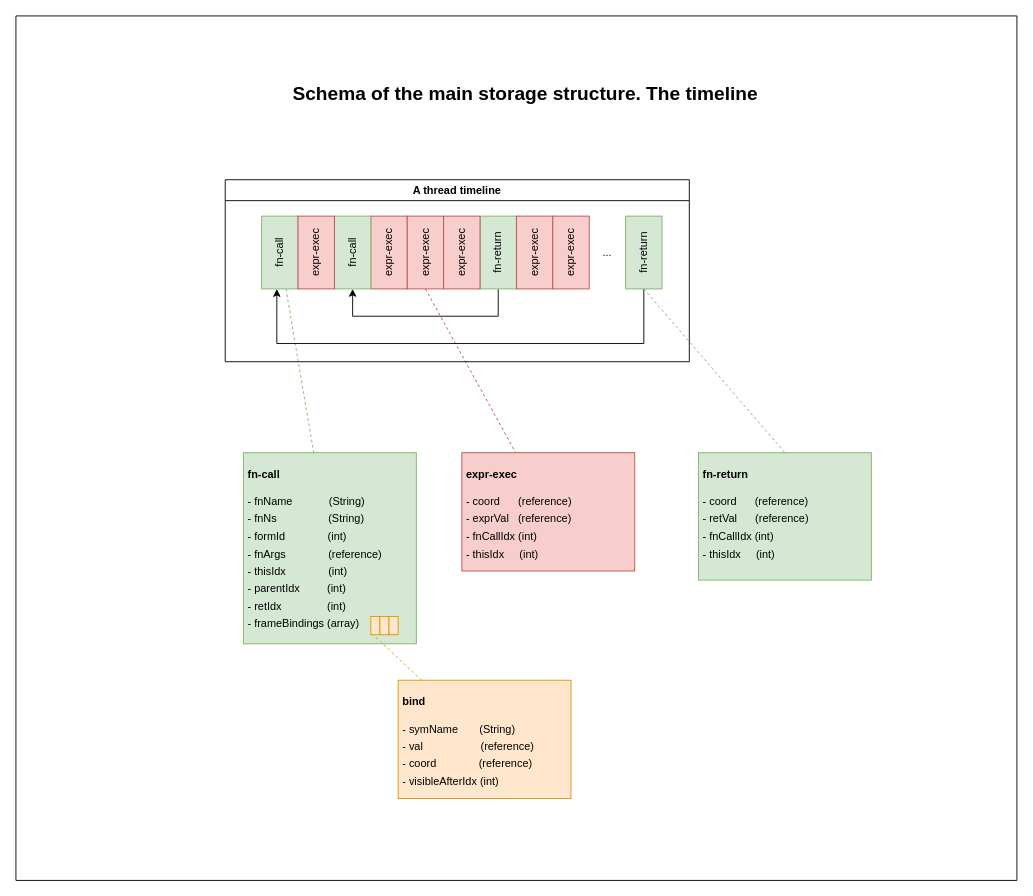
This is docs/timeline.drawio from flow-storm/flow-storm-debugger, a draw.io file, before an edit. Source tidied: cells renumbered, new cells numbered last; positions are measured from the earlier drawing's top-left corner, leaving out a move shared by most shapes. Both pictures are drawn from the tidied source at 91%, with x=0, y=0 at pixel (15, 15).
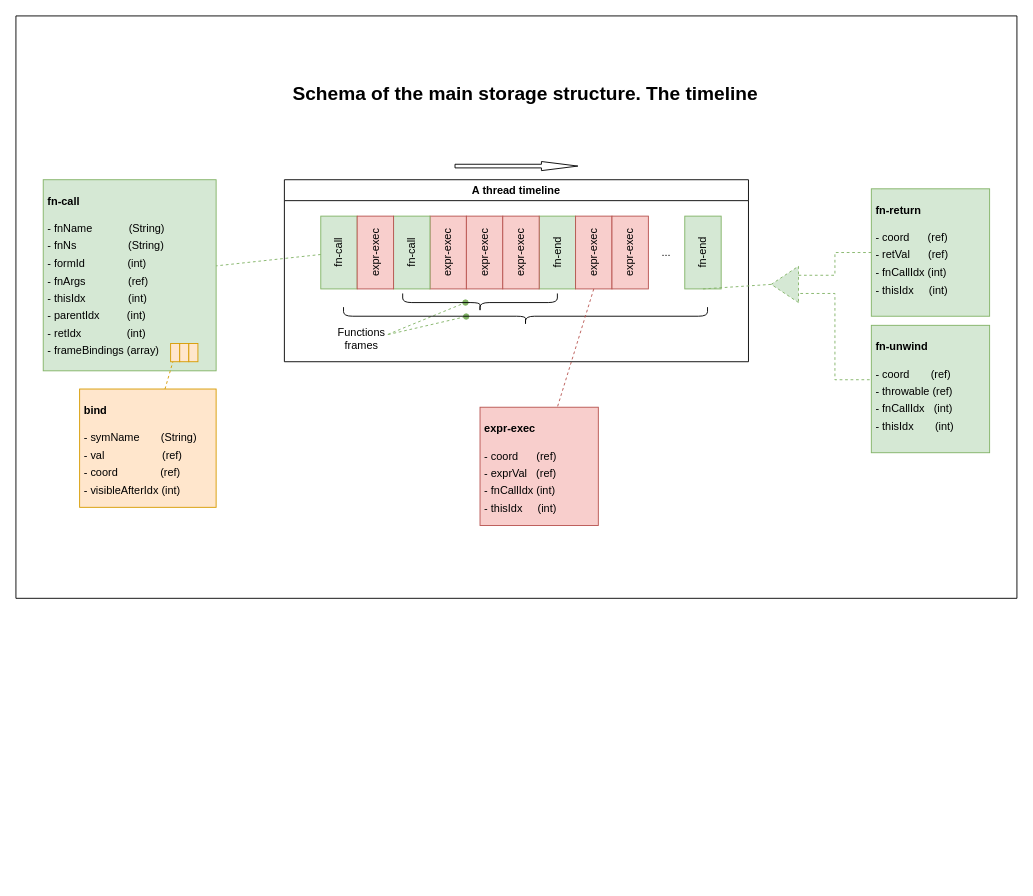
After the change.

Unchanged cells that the change refers to:
```xml
<mxCell id="25" style="rounded=0;whiteSpace=wrap;html=1;fillColor=#ffe6cc;strokeColor=#d79b00;" parent="24" vertex="1">
  <mxGeometry width="10" height="20" as="geometry" />
</mxCell>
```

Change to the diagram source:
```diff
@@
-    <mxCell id="2" style="rounded=0;jettySize=auto;html=1;fillColor=#d5e8d4;strokeColor=#82b366;dashed=1;endArrow=none;endFill=0;" parent="1" edge="1" source="3" target="19">
-      <mxGeometry relative="1" as="geometry" />
-    </mxCell>
+    <mxCell id="28" value="&lt;font style=&quot;font-size: 21px;&quot;&gt;&lt;b&gt;Schema of the main storage structure. The timeline&lt;/b&gt;&lt;/font&gt;" style="text;html=1;strokeColor=none;fillColor=none;align=center;verticalAlign=middle;whiteSpace=wrap;rounded=0;" parent="1" vertex="1">
+      <mxGeometry x="300" y="70" width="520" height="30" as="geometry" />
+    </mxCell>
+    <mxCell id="29" style="swimlane;startSize=0;" parent="1" vertex="1">
+      <mxGeometry width="1100" height="640" as="geometry" />
+    </mxCell>
+    <mxCell id="30" style="triangle;whiteSpace=wrap;html=1;rotation=-180;dashed=1;fillColor=#d5e8d4;strokeColor=#82b366;" parent="29" vertex="1">
+      <mxGeometry x="830" y="275" width="30" height="40" as="geometry" />
+    </mxCell>
+    <mxCell id="31" style="edgeStyle=orthogonalEdgeStyle;rounded=0;jettySize=auto;html=1;exitX=0;exitY=0.5;exitDx=0;exitDy=0;entryX=0;entryY=0.75;entryDx=0;entryDy=0;dashed=1;fillColor=#d5e8d4;strokeColor=#82b366;endArrow=none;endFill=0;" parent="29" edge="1" source="20" target="30">
+      <mxGeometry relative="1" as="geometry" />
+    </mxCell>
+    <mxCell id="20" value="&lt;h1&gt;&lt;font style=&quot;font-size: 12px;&quot;&gt;fn-return&lt;/font&gt;&lt;/h1&gt;&lt;p style=&quot;line-height: 60%;&quot;&gt;- coord&amp;nbsp; &amp;nbsp; &amp;nbsp; (ref)&lt;/p&gt;&lt;p style=&quot;line-height: 60%;&quot;&gt;- retVal&amp;nbsp; &amp;nbsp; &amp;nbsp; (ref)&lt;/p&gt;&lt;p style=&quot;line-height: 60%;&quot;&gt;- fnCallIdx (int)&lt;/p&gt;&lt;p style=&quot;line-height: 60%;&quot;&gt;- thisIdx&amp;nbsp; &amp;nbsp; &amp;nbsp;(int)&lt;/p&gt;" style="text;html=1;strokeColor=#82b366;fillColor=#d5e8d4;spacing=5;spacingTop=-20;whiteSpace=wrap;overflow=hidden;rounded=0;" parent="29" vertex="1">
+      <mxGeometry x="940" y="190" width="130" height="140" as="geometry" />
+    </mxCell>
+    <mxCell id="32" style="edgeStyle=orthogonalEdgeStyle;rounded=0;jettySize=auto;html=1;exitX=-0.014;exitY=0.427;exitDx=0;exitDy=0;entryX=0;entryY=0.25;entryDx=0;entryDy=0;dashed=1;endArrow=none;endFill=0;fillColor=#d5e8d4;strokeColor=#82b366;exitPerimeter=0;" parent="29" edge="1" source="33" target="30">
+      <mxGeometry relative="1" as="geometry" />
+    </mxCell>
+    <mxCell id="33" value="&lt;h1&gt;&lt;font style=&quot;font-size: 12px;&quot;&gt;fn-unwind&lt;/font&gt;&lt;/h1&gt;&lt;p style=&quot;line-height: 60%;&quot;&gt;- coord&amp;nbsp; &amp;nbsp; &amp;nbsp; &amp;nbsp;(ref)&lt;/p&gt;&lt;p style=&quot;line-height: 60%;&quot;&gt;- throwable (ref)&lt;/p&gt;&lt;p style=&quot;line-height: 60%;&quot;&gt;- fnCallIdx&amp;nbsp; &amp;nbsp;(int)&lt;/p&gt;&lt;p style=&quot;line-height: 60%;&quot;&gt;- thisIdx&amp;nbsp; &amp;nbsp; &amp;nbsp; &amp;nbsp;(int)&lt;/p&gt;" style="text;html=1;strokeColor=#82b366;fillColor=#d5e8d4;spacing=5;spacingTop=-20;whiteSpace=wrap;overflow=hidden;rounded=0;" parent="29" vertex="1">
+      <mxGeometry x="940" y="340" width="130" height="140" as="geometry" />
+    </mxCell>
+    <mxCell id="34" style="rounded=0;jettySize=auto;html=1;exitX=0.978;exitY=0.333;exitDx=0;exitDy=0;entryX=0.5;entryY=0.594;entryDx=0;entryDy=0;entryPerimeter=0;endArrow=oval;endFill=1;exitPerimeter=0;dashed=1;fillColor=#d5e8d4;strokeColor=#82b366;" parent="29" edge="1" source="36" target="37">
+      <mxGeometry relative="1" as="geometry" />
+    </mxCell>
+    <mxCell id="35" style="rounded=0;jettySize=auto;html=1;exitX=0.984;exitY=0.338;exitDx=0;exitDy=0;entryX=0.483;entryY=0.663;entryDx=0;entryDy=0;entryPerimeter=0;endArrow=oval;endFill=1;exitPerimeter=0;fillColor=#d5e8d4;strokeColor=#82b366;dashed=1;" parent="29" edge="1" source="36" target="38">
+      <mxGeometry relative="1" as="geometry" />
+    </mxCell>
-    <mxCell id="3" value="&lt;p&gt;fn-call&lt;/p&gt;" style="rounded=0;whiteSpace=wrap;html=1;horizontal=0;fillColor=#d5e8d4;strokeColor=#82b366;" parent="1" vertex="1">
-      <mxGeometry x="270" y="220" width="40" height="80" as="geometry" />
+    <mxCell id="3" value="&lt;p&gt;fn-call&lt;/p&gt;" style="rounded=0;whiteSpace=wrap;html=1;horizontal=0;fillColor=#d5e8d4;strokeColor=#82b366;" parent="29" vertex="1">
+      <mxGeometry x="335" y="220" width="40" height="80" as="geometry" />
     </mxCell>
-    <mxCell id="4" style="edgeStyle=orthogonalEdgeStyle;rounded=0;jettySize=auto;html=1;exitX=0.5;exitY=1;exitDx=0;exitDy=0;entryX=0.5;entryY=1;entryDx=0;entryDy=0;" parent="1" edge="1" source="5" target="7">
-      <mxGeometry relative="1" as="geometry">
-        <Array as="points">
-          <mxPoint x="530" y="330" />
-          <mxPoint x="370" y="330" />
-        </Array>
-      </mxGeometry>
-    </mxCell>
-    <mxCell id="5" value="&lt;p&gt;fn-return&lt;/p&gt;" style="rounded=0;whiteSpace=wrap;html=1;horizontal=0;fillColor=#d5e8d4;strokeColor=#82b366;" parent="1" vertex="1">
-      <mxGeometry x="510" y="220" width="40" height="80" as="geometry" />
+    <mxCell id="5" value="&lt;p&gt;fn-end&lt;/p&gt;" style="rounded=0;whiteSpace=wrap;html=1;horizontal=0;fillColor=#d5e8d4;strokeColor=#82b366;" parent="29" vertex="1">
+      <mxGeometry x="575" y="220" width="40" height="80" as="geometry" />
     </mxCell>
-    <mxCell id="6" value="&lt;p&gt;expr-exec&lt;/p&gt;" style="rounded=0;whiteSpace=wrap;html=1;horizontal=0;fillColor=#f8cecc;strokeColor=#b85450;" parent="1" vertex="1">
-      <mxGeometry x="390" y="220" width="40" height="80" as="geometry" />
+    <mxCell id="6" value="&lt;p&gt;expr-exec&lt;/p&gt;" style="rounded=0;whiteSpace=wrap;html=1;horizontal=0;fillColor=#f8cecc;strokeColor=#b85450;" parent="29" vertex="1">
+      <mxGeometry x="455" y="220" width="40" height="80" as="geometry" />
     </mxCell>
-    <mxCell id="7" value="&lt;p&gt;fn-call&lt;/p&gt;" style="rounded=0;whiteSpace=wrap;html=1;horizontal=0;fillColor=#d5e8d4;strokeColor=#82b366;" parent="1" vertex="1">
-      <mxGeometry x="350" y="220" width="40" height="80" as="geometry" />
+    <mxCell id="7" value="&lt;p&gt;fn-call&lt;/p&gt;" style="rounded=0;whiteSpace=wrap;html=1;horizontal=0;fillColor=#d5e8d4;strokeColor=#82b366;" parent="29" vertex="1">
+      <mxGeometry x="415" y="220" width="40" height="80" as="geometry" />
     </mxCell>
-    <mxCell id="8" style="rounded=0;jettySize=auto;html=1;exitX=0.5;exitY=1;exitDx=0;exitDy=0;endArrow=none;endFill=0;dashed=1;fillColor=#f8cecc;strokeColor=#b85450;" parent="1" edge="1" source="9" target="21">
-      <mxGeometry relative="1" as="geometry" />
-    </mxCell>
-    <mxCell id="9" value="&lt;p&gt;expr-exec&lt;/p&gt;" style="rounded=0;whiteSpace=wrap;html=1;horizontal=0;fillColor=#f8cecc;strokeColor=#b85450;" parent="1" vertex="1">
-      <mxGeometry x="430" y="220" width="40" height="80" as="geometry" />
+    <mxCell id="9" value="&lt;p&gt;expr-exec&lt;/p&gt;" style="rounded=0;whiteSpace=wrap;html=1;horizontal=0;fillColor=#f8cecc;strokeColor=#b85450;" parent="29" vertex="1">
+      <mxGeometry x="495" y="220" width="40" height="80" as="geometry" />
     </mxCell>
-    <mxCell id="10" value="&lt;p&gt;expr-exec&lt;/p&gt;" style="rounded=0;whiteSpace=wrap;html=1;horizontal=0;fillColor=#f8cecc;strokeColor=#b85450;" parent="1" vertex="1">
-      <mxGeometry x="470" y="220" width="40" height="80" as="geometry" />
+    <mxCell id="10" value="&lt;p&gt;expr-exec&lt;/p&gt;" style="rounded=0;whiteSpace=wrap;html=1;horizontal=0;fillColor=#f8cecc;strokeColor=#b85450;" parent="29" vertex="1">
+      <mxGeometry x="535" y="220" width="40" height="80" as="geometry" />
     </mxCell>
-    <mxCell id="11" value="&lt;p&gt;expr-exec&lt;/p&gt;" style="rounded=0;whiteSpace=wrap;html=1;horizontal=0;fillColor=#f8cecc;strokeColor=#b85450;" parent="1" vertex="1">
-      <mxGeometry x="550" y="220" width="40" height="80" as="geometry" />
+    <mxCell id="11" value="&lt;p&gt;expr-exec&lt;/p&gt;" style="rounded=0;whiteSpace=wrap;html=1;horizontal=0;fillColor=#f8cecc;strokeColor=#b85450;" parent="29" vertex="1">
+      <mxGeometry x="615" y="220" width="40" height="80" as="geometry" />
     </mxCell>
-    <mxCell id="12" value="&lt;p&gt;expr-exec&lt;/p&gt;" style="rounded=0;whiteSpace=wrap;html=1;horizontal=0;fillColor=#f8cecc;strokeColor=#b85450;" parent="1" vertex="1">
-      <mxGeometry x="590" y="220" width="40" height="80" as="geometry" />
+    <mxCell id="12" value="&lt;p&gt;expr-exec&lt;/p&gt;" style="rounded=0;whiteSpace=wrap;html=1;horizontal=0;fillColor=#f8cecc;strokeColor=#b85450;" parent="29" vertex="1">
+      <mxGeometry x="655" y="220" width="40" height="80" as="geometry" />
     </mxCell>
-    <mxCell id="13" style="edgeStyle=orthogonalEdgeStyle;rounded=0;jettySize=auto;html=1;entryX=0.418;entryY=1.002;entryDx=0;entryDy=0;entryPerimeter=0;" parent="1" edge="1" source="15" target="3">
-      <mxGeometry relative="1" as="geometry">
-        <Array as="points">
-          <mxPoint x="690" y="360" />
-          <mxPoint x="287" y="360" />
-        </Array>
-      </mxGeometry>
-    </mxCell>
-    <mxCell id="14" style="rounded=0;jettySize=auto;html=1;entryX=0.5;entryY=0;entryDx=0;entryDy=0;endArrow=none;endFill=0;fillColor=#d5e8d4;strokeColor=#82b366;dashed=1;exitX=0.5;exitY=1;exitDx=0;exitDy=0;" parent="1" edge="1" source="15" target="20">
-      <mxGeometry relative="1" as="geometry" />
-    </mxCell>
-    <mxCell id="15" value="&lt;p&gt;fn-return&lt;/p&gt;" style="rounded=0;whiteSpace=wrap;html=1;horizontal=0;fillColor=#d5e8d4;strokeColor=#82b366;" parent="1" vertex="1">
-      <mxGeometry x="670" y="220" width="40" height="80" as="geometry" />
+    <mxCell id="15" value="&lt;p&gt;fn-end&lt;/p&gt;" style="rounded=0;whiteSpace=wrap;html=1;horizontal=0;fillColor=#d5e8d4;strokeColor=#82b366;" parent="29" vertex="1">
+      <mxGeometry x="735" y="220" width="40" height="80" as="geometry" />
     </mxCell>
-    <mxCell id="16" value="..." style="text;html=1;strokeColor=none;fillColor=none;align=center;verticalAlign=middle;whiteSpace=wrap;rounded=0;" parent="1" vertex="1">
-      <mxGeometry x="620" y="245" width="60" height="30" as="geometry" />
+    <mxCell id="16" value="..." style="text;html=1;strokeColor=none;fillColor=none;align=center;verticalAlign=middle;whiteSpace=wrap;rounded=0;" parent="29" vertex="1">
+      <mxGeometry x="685" y="245" width="60" height="30" as="geometry" />
     </mxCell>
-    <mxCell id="17" value="&lt;p&gt;expr-exec&lt;/p&gt;" style="rounded=0;whiteSpace=wrap;html=1;horizontal=0;fillColor=#f8cecc;strokeColor=#b85450;" parent="1" vertex="1">
-      <mxGeometry x="310" y="220" width="40" height="80" as="geometry" />
+    <mxCell id="17" value="&lt;p&gt;expr-exec&lt;/p&gt;" style="rounded=0;whiteSpace=wrap;html=1;horizontal=0;fillColor=#f8cecc;strokeColor=#b85450;" parent="29" vertex="1">
+      <mxGeometry x="375" y="220" width="40" height="80" as="geometry" />
     </mxCell>
-    <mxCell id="18" value="A thread timeline" style="swimlane;whiteSpace=wrap;html=1;" parent="1" vertex="1">
-      <mxGeometry x="230" y="180" width="510" height="200" as="geometry" />
+    <mxCell id="18" value="A thread timeline" style="swimlane;whiteSpace=wrap;html=1;" parent="29" vertex="1">
+      <mxGeometry x="295" y="180" width="510" height="200" as="geometry" />
     </mxCell>
+    <mxCell id="36" value="Functions frames" style="text;html=1;strokeColor=none;fillColor=none;align=center;verticalAlign=middle;whiteSpace=wrap;rounded=0;" parent="18" vertex="1">
+      <mxGeometry x="55" y="160" width="60" height="30" as="geometry" />
+    </mxCell>
+    <mxCell id="14" style="rounded=0;jettySize=auto;html=1;endArrow=none;endFill=0;fillColor=#d5e8d4;strokeColor=#82b366;dashed=1;exitX=0.5;exitY=1;exitDx=0;exitDy=0;entryX=1;entryY=0.5;entryDx=0;entryDy=0;" parent="29" edge="1" source="15" target="30">
+      <mxGeometry relative="1" as="geometry" />
+    </mxCell>
+    <mxCell id="37" style="shape=curlyBracket;whiteSpace=wrap;html=1;rounded=1;flipH=1;labelPosition=right;verticalLabelPosition=middle;align=left;verticalAlign=middle;rotation=90;" parent="29" vertex="1">
+      <mxGeometry x="500" y="230" width="20" height="170" as="geometry" />
+    </mxCell>
+    <mxCell id="38" style="shape=curlyBracket;whiteSpace=wrap;html=1;rounded=1;flipH=1;labelPosition=right;verticalLabelPosition=middle;align=left;verticalAlign=middle;rotation=90;" parent="29" vertex="1">
+      <mxGeometry x="550" y="130" width="20" height="400" as="geometry" />
+    </mxCell>
-    <mxCell id="19" value="&lt;h1&gt;&lt;font style=&quot;font-size: 12px;&quot;&gt;fn-call&amp;nbsp;&lt;/font&gt;&lt;/h1&gt;&lt;p style=&quot;line-height: 60%;&quot;&gt;- fnName&amp;nbsp; &amp;nbsp; &amp;nbsp; &amp;nbsp; &amp;nbsp; &amp;nbsp; (String)&lt;/p&gt;&lt;p style=&quot;line-height: 60%;&quot;&gt;- fnNs&amp;nbsp; &amp;nbsp; &amp;nbsp; &amp;nbsp; &amp;nbsp; &amp;nbsp; &amp;nbsp; &amp;nbsp; &amp;nbsp;(String)&lt;/p&gt;&lt;p style=&quot;line-height: 60%;&quot;&gt;- formId&amp;nbsp; &amp;nbsp; &amp;nbsp; &amp;nbsp; &amp;nbsp; &amp;nbsp; &amp;nbsp; (int)&lt;/p&gt;&lt;p style=&quot;line-height: 60%;&quot;&gt;- fnArgs&amp;nbsp; &amp;nbsp; &amp;nbsp; &amp;nbsp; &amp;nbsp; &amp;nbsp; &amp;nbsp; (reference)&lt;/p&gt;&lt;p style=&quot;line-height: 60%;&quot;&gt;&lt;span style=&quot;background-color: initial;&quot;&gt;- thisIdx&amp;nbsp; &amp;nbsp; &amp;nbsp; &amp;nbsp; &amp;nbsp; &amp;nbsp; &amp;nbsp; (int)&lt;/span&gt;&lt;br&gt;&lt;/p&gt;&lt;p style=&quot;line-height: 60%;&quot;&gt;- parentIdx&amp;nbsp; &amp;nbsp; &amp;nbsp; &amp;nbsp; &amp;nbsp;(int)&lt;/p&gt;&lt;p style=&quot;line-height: 60%;&quot;&gt;&lt;span style=&quot;background-color: initial;&quot;&gt;- retIdx&amp;nbsp; &amp;nbsp; &amp;nbsp; &amp;nbsp; &amp;nbsp; &amp;nbsp; &amp;nbsp; &amp;nbsp;(int)&lt;/span&gt;&lt;/p&gt;&lt;p style=&quot;line-height: 60%;&quot;&gt;- frameBindings (array)&lt;span style=&quot;background-color: initial;&quot;&gt;&lt;br&gt;&lt;/span&gt;&lt;/p&gt;" style="text;html=1;strokeColor=#82b366;fillColor=#d5e8d4;spacing=5;spacingTop=-20;whiteSpace=wrap;overflow=hidden;rounded=0;" parent="1" vertex="1">
-      <mxGeometry x="250" y="480" width="190" height="210" as="geometry" />
+    <mxCell id="19" value="&lt;h1&gt;&lt;font style=&quot;font-size: 12px;&quot;&gt;fn-call&amp;nbsp;&lt;/font&gt;&lt;/h1&gt;&lt;p style=&quot;line-height: 60%;&quot;&gt;- fnName&amp;nbsp; &amp;nbsp; &amp;nbsp; &amp;nbsp; &amp;nbsp; &amp;nbsp; (String)&lt;/p&gt;&lt;p style=&quot;line-height: 60%;&quot;&gt;- fnNs&amp;nbsp; &amp;nbsp; &amp;nbsp; &amp;nbsp; &amp;nbsp; &amp;nbsp; &amp;nbsp; &amp;nbsp; &amp;nbsp;(String)&lt;/p&gt;&lt;p style=&quot;line-height: 60%;&quot;&gt;- formId&amp;nbsp; &amp;nbsp; &amp;nbsp; &amp;nbsp; &amp;nbsp; &amp;nbsp; &amp;nbsp; (int)&lt;/p&gt;&lt;p style=&quot;line-height: 60%;&quot;&gt;- fnArgs&amp;nbsp; &amp;nbsp; &amp;nbsp; &amp;nbsp; &amp;nbsp; &amp;nbsp; &amp;nbsp; (ref)&lt;/p&gt;&lt;p style=&quot;line-height: 60%;&quot;&gt;&lt;span style=&quot;background-color: initial;&quot;&gt;- thisIdx&amp;nbsp; &amp;nbsp; &amp;nbsp; &amp;nbsp; &amp;nbsp; &amp;nbsp; &amp;nbsp; (int)&lt;/span&gt;&lt;br&gt;&lt;/p&gt;&lt;p style=&quot;line-height: 60%;&quot;&gt;- parentIdx&amp;nbsp; &amp;nbsp; &amp;nbsp; &amp;nbsp; &amp;nbsp;(int)&lt;/p&gt;&lt;p style=&quot;line-height: 60%;&quot;&gt;&lt;span style=&quot;background-color: initial;&quot;&gt;- retIdx&amp;nbsp; &amp;nbsp; &amp;nbsp; &amp;nbsp; &amp;nbsp; &amp;nbsp; &amp;nbsp; &amp;nbsp;(int)&lt;/span&gt;&lt;/p&gt;&lt;p style=&quot;line-height: 60%;&quot;&gt;- frameBindings (array)&lt;span style=&quot;background-color: initial;&quot;&gt;&lt;br&gt;&lt;/span&gt;&lt;/p&gt;" style="text;html=1;strokeColor=#82b366;fillColor=#d5e8d4;spacing=5;spacingTop=-20;whiteSpace=wrap;overflow=hidden;rounded=0;" parent="29" vertex="1">
+      <mxGeometry x="30" y="180" width="190" height="210" as="geometry" />
     </mxCell>
-    <mxCell id="20" value="&lt;h1&gt;&lt;font style=&quot;font-size: 12px;&quot;&gt;fn-return&lt;/font&gt;&lt;/h1&gt;&lt;p style=&quot;line-height: 60%;&quot;&gt;- coord&amp;nbsp; &amp;nbsp; &amp;nbsp; (reference)&lt;/p&gt;&lt;p style=&quot;line-height: 60%;&quot;&gt;- retVal&amp;nbsp; &amp;nbsp; &amp;nbsp; (reference)&lt;/p&gt;&lt;p style=&quot;line-height: 60%;&quot;&gt;- fnCallIdx (int)&lt;/p&gt;&lt;p style=&quot;line-height: 60%;&quot;&gt;- thisIdx&amp;nbsp; &amp;nbsp; &amp;nbsp;(int)&lt;/p&gt;" style="text;html=1;strokeColor=#82b366;fillColor=#d5e8d4;spacing=5;spacingTop=-20;whiteSpace=wrap;overflow=hidden;rounded=0;" parent="1" vertex="1">
-      <mxGeometry x="750" y="480" width="190" height="140" as="geometry" />
-    </mxCell>
-    <mxCell id="21" value="&lt;h1&gt;&lt;font style=&quot;font-size: 12px;&quot;&gt;expr-exec&amp;nbsp;&lt;/font&gt;&lt;/h1&gt;&lt;p style=&quot;line-height: 60%;&quot;&gt;- coord&amp;nbsp; &amp;nbsp; &amp;nbsp; (reference)&lt;/p&gt;&lt;p style=&quot;line-height: 60%;&quot;&gt;- exprVal&amp;nbsp; &amp;nbsp;(reference)&lt;/p&gt;&lt;p style=&quot;line-height: 60%;&quot;&gt;- fnCallIdx (int)&lt;/p&gt;&lt;p style=&quot;line-height: 60%;&quot;&gt;- thisIdx&amp;nbsp; &amp;nbsp; &amp;nbsp;(int)&lt;/p&gt;" style="text;html=1;strokeColor=#b85450;fillColor=#f8cecc;spacing=5;spacingTop=-20;whiteSpace=wrap;overflow=hidden;rounded=0;" parent="1" vertex="1">
-      <mxGeometry x="490" y="480" width="190" height="130" as="geometry" />
-    </mxCell>
-    <mxCell id="22" style="rounded=0;jettySize=auto;html=1;entryX=0.25;entryY=1;entryDx=0;entryDy=0;dashed=1;fillColor=#ffe6cc;strokeColor=#d79b00;endArrow=none;endFill=0;" parent="1" edge="1" source="23" target="25">
-      <mxGeometry relative="1" as="geometry" />
-    </mxCell>
-    <mxCell id="23" value="&lt;h1&gt;&lt;font style=&quot;font-size: 12px;&quot;&gt;bind&amp;nbsp;&lt;/font&gt;&lt;/h1&gt;&lt;p style=&quot;line-height: 60%;&quot;&gt;- symName&amp;nbsp; &amp;nbsp; &amp;nbsp; &amp;nbsp;(String)&lt;/p&gt;&lt;p style=&quot;line-height: 60%;&quot;&gt;- val&amp;nbsp; &amp;nbsp; &amp;nbsp; &amp;nbsp; &amp;nbsp; &amp;nbsp; &amp;nbsp; &amp;nbsp; &amp;nbsp; &amp;nbsp;(reference)&lt;/p&gt;&lt;p style=&quot;line-height: 60%;&quot;&gt;- coord&amp;nbsp; &amp;nbsp; &amp;nbsp; &amp;nbsp; &amp;nbsp; &amp;nbsp; &amp;nbsp; (reference)&lt;/p&gt;&lt;p style=&quot;line-height: 60%;&quot;&gt;- visibleAfterIdx (int)&lt;/p&gt;" style="text;html=1;strokeColor=#d79b00;fillColor=#ffe6cc;spacing=5;spacingTop=-20;whiteSpace=wrap;overflow=hidden;rounded=0;" parent="1" vertex="1">
-      <mxGeometry x="420" y="730" width="190" height="130" as="geometry" />
-    </mxCell>
+    <mxCell id="2" style="rounded=0;jettySize=auto;html=1;fillColor=#d5e8d4;strokeColor=#82b366;dashed=1;endArrow=none;endFill=0;" parent="29" edge="1" source="3" target="19">
+      <mxGeometry relative="1" as="geometry" />
+    </mxCell>
-    <mxCell id="24" style="group;" parent="1" vertex="1">
-      <mxGeometry x="390" y="660" width="30" height="20" as="geometry" />
+    <mxCell id="24" style="group;" parent="29" vertex="1">
+      <mxGeometry x="170" y="360" width="30" height="20" as="geometry" />
     </mxCell>
@@
-    <mxCell id="28" value="&lt;font style=&quot;font-size: 21px;&quot;&gt;&lt;b&gt;Schema of the main storage structure. The timeline&lt;/b&gt;&lt;/font&gt;" style="text;html=1;strokeColor=none;fillColor=none;align=center;verticalAlign=middle;whiteSpace=wrap;rounded=0;" parent="1" vertex="1">
-      <mxGeometry x="300" y="70" width="520" height="30" as="geometry" />
-    </mxCell>
-    <mxCell id="29" style="swimlane;startSize=0;" parent="1" vertex="1">
-      <mxGeometry width="1100" height="950" as="geometry" />
-    </mxCell>
+    <mxCell id="23" value="&lt;h1&gt;&lt;font style=&quot;font-size: 12px;&quot;&gt;bind&amp;nbsp;&lt;/font&gt;&lt;/h1&gt;&lt;p style=&quot;line-height: 60%;&quot;&gt;- symName&amp;nbsp; &amp;nbsp; &amp;nbsp; &amp;nbsp;(String)&lt;/p&gt;&lt;p style=&quot;line-height: 60%;&quot;&gt;- val&amp;nbsp; &amp;nbsp; &amp;nbsp; &amp;nbsp; &amp;nbsp; &amp;nbsp; &amp;nbsp; &amp;nbsp; &amp;nbsp; &amp;nbsp;(ref)&lt;/p&gt;&lt;p style=&quot;line-height: 60%;&quot;&gt;- coord&amp;nbsp; &amp;nbsp; &amp;nbsp; &amp;nbsp; &amp;nbsp; &amp;nbsp; &amp;nbsp; (ref)&lt;/p&gt;&lt;p style=&quot;line-height: 60%;&quot;&gt;- visibleAfterIdx (int)&lt;/p&gt;" style="text;html=1;strokeColor=#d79b00;fillColor=#ffe6cc;spacing=5;spacingTop=-20;whiteSpace=wrap;overflow=hidden;rounded=0;" parent="29" vertex="1">
+      <mxGeometry x="70" y="410" width="150" height="130" as="geometry" />
+    </mxCell>
+    <mxCell id="22" style="rounded=0;jettySize=auto;html=1;entryX=0.25;entryY=1;entryDx=0;entryDy=0;dashed=1;fillColor=#ffe6cc;strokeColor=#d79b00;endArrow=none;endFill=0;" parent="29" edge="1" source="23" target="25">
+      <mxGeometry relative="1" as="geometry" />
+    </mxCell>
+    <mxCell id="39" style="html=1;shadow=0;dashed=0;align=center;verticalAlign=middle;shape=mxgraph.arrows2.arrow;dy=0.6;dx=40;notch=0;" parent="29" vertex="1">
+      <mxGeometry x="482.5" y="160" width="135" height="10" as="geometry" />
+    </mxCell>
+    <mxCell id="21" value="&lt;h1&gt;&lt;font style=&quot;font-size: 12px;&quot;&gt;expr-exec&amp;nbsp;&lt;/font&gt;&lt;/h1&gt;&lt;p style=&quot;line-height: 60%;&quot;&gt;- coord&amp;nbsp; &amp;nbsp; &amp;nbsp; (ref)&lt;/p&gt;&lt;p style=&quot;line-height: 60%;&quot;&gt;- exprVal&amp;nbsp; &amp;nbsp;(ref)&lt;/p&gt;&lt;p style=&quot;line-height: 60%;&quot;&gt;- fnCallIdx (int)&lt;/p&gt;&lt;p style=&quot;line-height: 60%;&quot;&gt;- thisIdx&amp;nbsp; &amp;nbsp; &amp;nbsp;(int)&lt;/p&gt;" style="text;html=1;strokeColor=#b85450;fillColor=#f8cecc;spacing=5;spacingTop=-20;whiteSpace=wrap;overflow=hidden;rounded=0;" parent="29" vertex="1">
+      <mxGeometry x="510" y="430" width="130" height="130" as="geometry" />
+    </mxCell>
+    <mxCell id="8" style="rounded=0;jettySize=auto;html=1;exitX=0.5;exitY=1;exitDx=0;exitDy=0;endArrow=none;endFill=0;dashed=1;fillColor=#f8cecc;strokeColor=#b85450;" parent="29" edge="1" source="11" target="21">
+      <mxGeometry relative="1" as="geometry" />
+    </mxCell>
```
